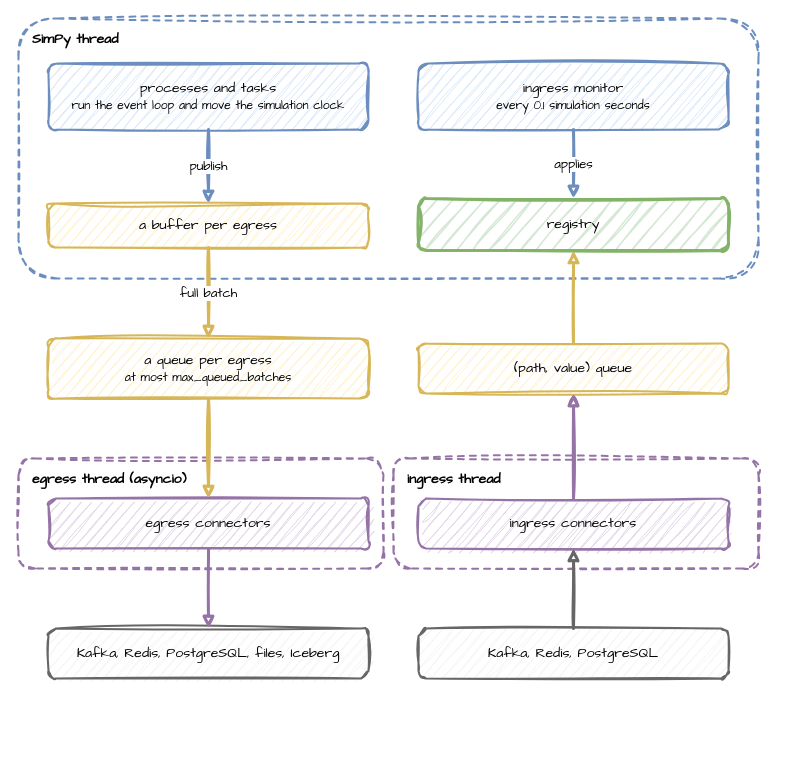
jaehyeon-kim/desflow keeps this draw.io diagram as docs/assets/diagrams/runtime-threads.drawio. Above is the earlier version. Source tidied: cells renumbered, new cells numbered last; positions are measured from the earlier drawing's top-left corner, leaving out a move shared by most shapes. Both pictures are drawn from the tidied source at 100%, with x=0, y=0 at pixel (18, 18).
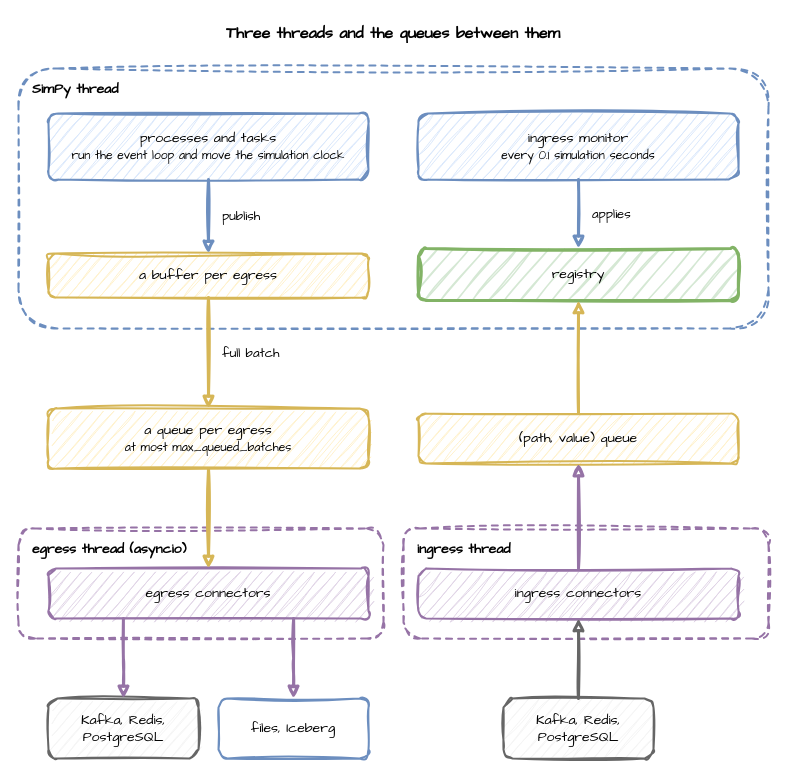
After the change.

What changed in the source:
```diff
@@
+    <mxCell id="23" value="Three threads and the queues between them" style="text;html=1;align=center;verticalAlign=middle;whiteSpace=wrap;fontFamily=Comic Sans MS;fontSize=16;fontStyle=1;" parent="1" vertex="1">
+      <mxGeometry width="750" height="30" as="geometry" />
+    </mxCell>
     <mxCell id="2" value="ingress thread" style="rounded=1;whiteSpace=wrap;html=1;sketch=1;curveFitting=1;jiggle=2;fontFamily=Comic Sans MS;fontSize=14;fillColor=none;strokeColor=#9673a6;strokeWidth=2;dashed=1;verticalAlign=top;align=left;spacingLeft=12;spacingTop=6;fontStyle=1;" parent="1" vertex="1">
-      <mxGeometry x="375" y="440" width="365" height="110" as="geometry" />
+      <mxGeometry x="385" y="510" width="365" height="110" as="geometry" />
     </mxCell>
     <mxCell id="3" value="egress thread (asyncio)" style="rounded=1;whiteSpace=wrap;html=1;sketch=1;curveFitting=1;jiggle=2;fontFamily=Comic Sans MS;fontSize=14;fillColor=none;strokeColor=#9673a6;strokeWidth=2;dashed=1;verticalAlign=top;align=left;spacingLeft=12;spacingTop=6;fontStyle=1;" parent="1" vertex="1">
-      <mxGeometry y="440" width="365" height="110" as="geometry" />
+      <mxGeometry y="510" width="365" height="110" as="geometry" />
     </mxCell>
     <mxCell id="4" value="SimPy thread" style="rounded=1;whiteSpace=wrap;html=1;sketch=1;curveFitting=1;jiggle=2;fontFamily=Comic Sans MS;fontSize=14;fillColor=none;strokeColor=#6c8ebf;strokeWidth=2;dashed=1;verticalAlign=top;align=left;spacingLeft=12;spacingTop=6;fontStyle=1;" parent="1" vertex="1">
-      <mxGeometry width="740" height="260" as="geometry" />
+      <mxGeometry y="50" width="750" height="260" as="geometry" />
     </mxCell>
     <mxCell id="5" value="processes and tasks&lt;br&gt;&lt;font style='font-size:12px'&gt;run the event loop and move the simulation clock&lt;/font&gt;" style="rounded=1;whiteSpace=wrap;html=1;sketch=1;curveFitting=1;jiggle=2;fontFamily=Comic Sans MS;fontSize=14;fillColor=#dae8fc;strokeColor=#6c8ebf;strokeWidth=2;" parent="1" vertex="1">
-      <mxGeometry x="30" y="45" width="320" height="66" as="geometry" />
+      <mxGeometry x="30" y="95" width="320" height="66" as="geometry" />
     </mxCell>
     <mxCell id="6" value="a buffer per egress" style="rounded=1;whiteSpace=wrap;html=1;sketch=1;curveFitting=1;jiggle=2;fontFamily=Comic Sans MS;fontSize=14;fillColor=#fff2cc;strokeColor=#d6b656;strokeWidth=2;" parent="1" vertex="1">
-      <mxGeometry x="30" y="185" width="320" height="44" as="geometry" />
+      <mxGeometry x="30" y="235" width="320" height="44" as="geometry" />
     </mxCell>
     <mxCell id="7" value="ingress monitor&lt;br&gt;&lt;font style='font-size:12px'&gt;every 0.1 simulation seconds&lt;/font&gt;" style="rounded=1;whiteSpace=wrap;html=1;sketch=1;curveFitting=1;jiggle=2;fontFamily=Comic Sans MS;fontSize=14;fillColor=#dae8fc;strokeColor=#6c8ebf;strokeWidth=2;" parent="1" vertex="1">
-      <mxGeometry x="400" y="45" width="310" height="66" as="geometry" />
+      <mxGeometry x="400" y="95" width="320" height="66" as="geometry" />
     </mxCell>
     <mxCell id="8" value="registry" style="rounded=1;whiteSpace=wrap;html=1;sketch=1;curveFitting=1;jiggle=2;fontFamily=Comic Sans MS;fontSize=14;fillColor=#d5e8d4;strokeColor=#82b366;strokeWidth=3;" parent="1" vertex="1">
-      <mxGeometry x="400" y="180" width="310" height="52" as="geometry" />
+      <mxGeometry x="400" y="230" width="320" height="52" as="geometry" />
     </mxCell>
     <mxCell id="9" value="a queue per egress&lt;br&gt;&lt;font style='font-size:12px'&gt;at most max_queued_batches&lt;/font&gt;" style="rounded=1;whiteSpace=wrap;html=1;sketch=1;curveFitting=1;jiggle=2;fontFamily=Comic Sans MS;fontSize=14;fillColor=#fff2cc;strokeColor=#d6b656;strokeWidth=2;" parent="1" vertex="1">
-      <mxGeometry x="30" y="320" width="320" height="60" as="geometry" />
+      <mxGeometry x="30" y="390" width="320" height="60" as="geometry" />
     </mxCell>
     <mxCell id="10" value="(path, value) queue" style="rounded=1;whiteSpace=wrap;html=1;sketch=1;curveFitting=1;jiggle=2;fontFamily=Comic Sans MS;fontSize=14;fillColor=#fff2cc;strokeColor=#d6b656;strokeWidth=2;" parent="1" vertex="1">
-      <mxGeometry x="400" y="325" width="310" height="50" as="geometry" />
+      <mxGeometry x="400" y="395" width="320" height="50" as="geometry" />
     </mxCell>
     <mxCell id="11" value="egress connectors" style="rounded=1;whiteSpace=wrap;html=1;sketch=1;curveFitting=1;jiggle=2;fontFamily=Comic Sans MS;fontSize=14;fillColor=#e1d5e7;strokeColor=#9673a6;strokeWidth=2;" parent="1" vertex="1">
-      <mxGeometry x="30" y="480" width="320" height="50" as="geometry" />
+      <mxGeometry x="30" y="550" width="320" height="50" as="geometry" />
     </mxCell>
     <mxCell id="12" value="ingress connectors" style="rounded=1;whiteSpace=wrap;html=1;sketch=1;curveFitting=1;jiggle=2;fontFamily=Comic Sans MS;fontSize=14;fillColor=#e1d5e7;strokeColor=#9673a6;strokeWidth=2;" parent="1" vertex="1">
-      <mxGeometry x="400" y="480" width="310" height="50" as="geometry" />
+      <mxGeometry x="400" y="550" width="320" height="50" as="geometry" />
     </mxCell>
-    <mxCell id="13" value="Kafka, Redis, PostgreSQL, files, Iceberg" style="rounded=1;whiteSpace=wrap;html=1;sketch=1;curveFitting=1;jiggle=2;fontFamily=Comic Sans MS;fontSize=14;fillColor=#f5f5f5;strokeColor=#666666;strokeWidth=2;" parent="1" vertex="1">
-      <mxGeometry x="30" y="610" width="320" height="50" as="geometry" />
+    <mxCell id="13" value="Kafka, Redis, PostgreSQL" style="rounded=1;whiteSpace=wrap;html=1;sketch=1;curveFitting=1;jiggle=2;fontFamily=Comic Sans MS;fontSize=14;fillColor=#f5f5f5;strokeColor=#666666;strokeWidth=2;" parent="1" vertex="1">
+      <mxGeometry x="30" y="680" width="150" height="60" as="geometry" />
     </mxCell>
+    <mxCell id="24" value="files, Iceberg" style="rounded=1;whiteSpace=wrap;html=1;sketch=1;curveFitting=1;jiggle=2;fontFamily=Comic Sans MS;fontSize=14;fillColor=#ffffff;strokeColor=#6c8ebf;strokeWidth=2;" parent="1" vertex="1">
+      <mxGeometry x="200" y="680" width="150" height="60" as="geometry" />
+    </mxCell>
     <mxCell id="14" value="Kafka, Redis, PostgreSQL" style="rounded=1;whiteSpace=wrap;html=1;sketch=1;curveFitting=1;jiggle=2;fontFamily=Comic Sans MS;fontSize=14;fillColor=#f5f5f5;strokeColor=#666666;strokeWidth=2;" parent="1" vertex="1">
-      <mxGeometry x="400" y="610" width="310" height="50" as="geometry" />
+      <mxGeometry x="485" y="680" width="150" height="60" as="geometry" />
     </mxCell>
-    <mxCell id="15" value="publish" style="edgeStyle=orthogonalEdgeStyle;rounded=0;sketch=1;html=1;strokeWidth=3;endArrow=block;strokeColor=#6c8ebf;fontFamily=Comic Sans MS;fontSize=13;labelBackgroundColor=#ffffff;exitX=0.5;exitY=1;exitDx=0;exitDy=0;entryX=0.5;entryY=0;entryDx=0;entryDy=0;" parent="1" edge="1" source="5" target="6">
-      <mxGeometry relative="1" as="geometry" />
+    <mxCell id="15" value="publish" style="align=left;edgeStyle=orthogonalEdgeStyle;rounded=0;sketch=1;html=1;strokeWidth=3;endArrow=block;strokeColor=#6c8ebf;fontFamily=Comic Sans MS;fontSize=13;labelBackgroundColor=#ffffff;exitX=0.5;exitY=1;exitDx=0;exitDy=0;entryX=0.5;entryY=0;entryDx=0;entryDy=0;" parent="1" edge="1" source="5" target="6">
+      <mxGeometry relative="1" as="geometry">
+        <mxPoint x="12" as="offset" />
+      </mxGeometry>
     </mxCell>
-    <mxCell id="16" value="full batch" style="edgeStyle=orthogonalEdgeStyle;rounded=0;sketch=1;html=1;strokeWidth=3;endArrow=block;strokeColor=#d6b656;fontFamily=Comic Sans MS;fontSize=13;labelBackgroundColor=#ffffff;exitX=0.5;exitY=1;exitDx=0;exitDy=0;entryX=0.5;entryY=0;entryDx=0;entryDy=0;" parent="1" edge="1" source="6" target="9">
-      <mxGeometry relative="1" as="geometry" />
+    <mxCell id="16" value="full batch" style="align=left;edgeStyle=orthogonalEdgeStyle;rounded=0;sketch=1;html=1;strokeWidth=3;endArrow=block;strokeColor=#d6b656;fontFamily=Comic Sans MS;fontSize=13;labelBackgroundColor=#ffffff;exitX=0.5;exitY=1;exitDx=0;exitDy=0;entryX=0.5;entryY=0;entryDx=0;entryDy=0;" parent="1" edge="1" source="6" target="9">
+      <mxGeometry relative="1" as="geometry">
+        <mxPoint x="12" as="offset" />
+      </mxGeometry>
     </mxCell>
@@
-    <mxCell id="18" style="edgeStyle=orthogonalEdgeStyle;rounded=0;sketch=1;html=1;strokeWidth=3;endArrow=block;strokeColor=#9673a6;fontFamily=Comic Sans MS;fontSize=13;labelBackgroundColor=#ffffff;exitX=0.5;exitY=1;exitDx=0;exitDy=0;entryX=0.5;entryY=0;entryDx=0;entryDy=0;" parent="1" edge="1" source="11" target="13">
+    <mxCell id="18" style="edgeStyle=orthogonalEdgeStyle;rounded=0;sketch=1;html=1;strokeWidth=3;endArrow=block;strokeColor=#9673a6;fontFamily=Comic Sans MS;fontSize=13;labelBackgroundColor=#ffffff;exitX=0.234;exitY=1;exitDx=0;exitDy=0;entryX=0.5;entryY=0;entryDx=0;entryDy=0;" parent="1" edge="1" source="11" target="13">
       <mxGeometry relative="1" as="geometry" />
     </mxCell>
+    <mxCell id="25" style="edgeStyle=orthogonalEdgeStyle;rounded=0;sketch=1;html=1;strokeWidth=3;endArrow=block;strokeColor=#9673a6;fontFamily=Comic Sans MS;fontSize=13;labelBackgroundColor=#ffffff;exitX=0.766;exitY=1;exitDx=0;exitDy=0;entryX=0.5;entryY=0;entryDx=0;entryDy=0;" parent="1" edge="1" source="11" target="24">
+      <mxGeometry relative="1" as="geometry" />
+    </mxCell>
@@
-    <mxCell id="22" value="applies" style="edgeStyle=orthogonalEdgeStyle;rounded=0;sketch=1;html=1;strokeWidth=3;endArrow=block;strokeColor=#6c8ebf;fontFamily=Comic Sans MS;fontSize=13;labelBackgroundColor=#ffffff;exitX=0.5;exitY=1;exitDx=0;exitDy=0;entryX=0.5;entryY=0;entryDx=0;entryDy=0;" parent="1" edge="1" source="7" target="8">
-      <mxGeometry relative="1" as="geometry" />
+    <mxCell id="22" value="applies" style="align=left;edgeStyle=orthogonalEdgeStyle;rounded=0;sketch=1;html=1;strokeWidth=3;endArrow=block;strokeColor=#6c8ebf;fontFamily=Comic Sans MS;fontSize=13;labelBackgroundColor=#ffffff;exitX=0.5;exitY=1;exitDx=0;exitDy=0;entryX=0.5;entryY=0;entryDx=0;entryDy=0;" parent="1" edge="1" source="7" target="8">
+      <mxGeometry relative="1" as="geometry">
+        <mxPoint x="12" as="offset" />
+      </mxGeometry>
     </mxCell>
```
